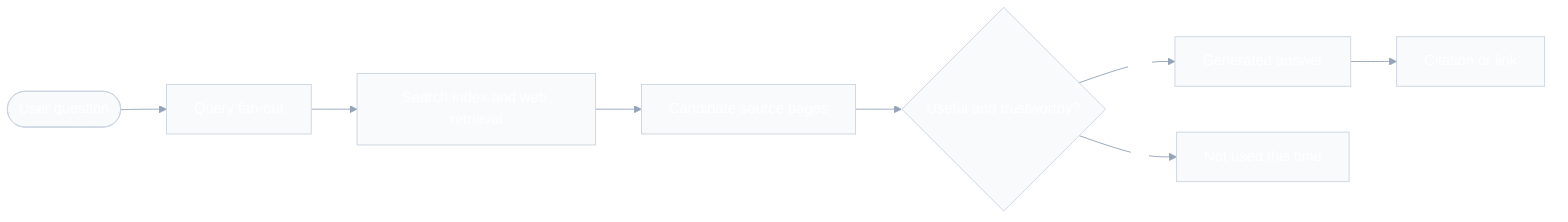
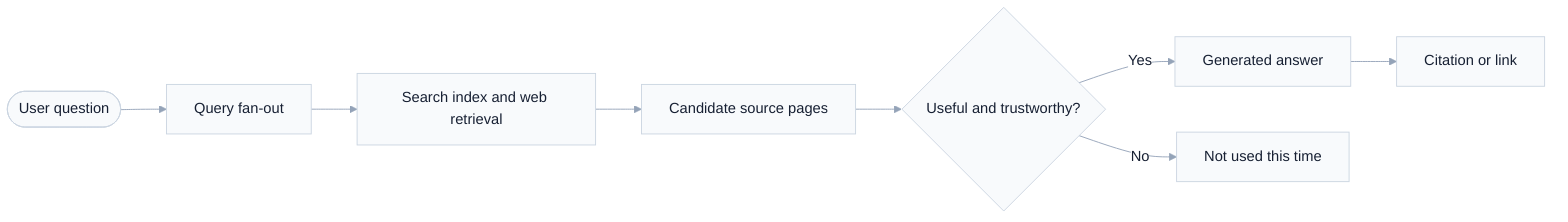
- %%{init: {'theme': 'base', 'themeVariables': {'primaryColor': '#3147a8', 'primaryTextColor': '#ffffff', 'primaryBorderColor': '#243684', 'lineColor': '#94a3b8', 'secondaryColor': '#0e766f', 'tertiaryColor': '#b46a00', 'background': '#ffffff', 'mainBkg': '#f8fafc', 'nodeBorder': '#cbd5e1', 'clusterBkg': '#f1f5f9', 'clusterBorder': '#e2e8f0', 'titleColor': '#172033', 'edgeLabelBackground': '#ffffff', 'textColor': '#334155'}}}%%
+ %%{init: {'theme': 'base', 'themeVariables': {'primaryColor': '#3147a8', 'primaryTextColor': '#172033', 'primaryBorderColor': '#243684', 'lineColor': '#94a3b8', 'secondaryColor': '#0e766f', 'tertiaryColor': '#b46a00', 'background': '#ffffff', 'mainBkg': '#f8fafc', 'nodeBorder': '#cbd5e1', 'clusterBkg': '#f1f5f9', 'clusterBorder': '#e2e8f0', 'titleColor': '#172033', 'edgeLabelBackground': '#ffffff', 'textColor': '#334155'}}}%%
flowchart LR
    userQuestion([User question])
    fanOut[Query fan-out]
    retrieval[Search index and web retrieval]
    candidateSources[Candidate source pages]
    evaluate{Useful and trustworthy?}
    synthesize[Generated answer]
    cite[Citation or link]
    unused[Not used this time]

    userQuestion --> fanOut
    fanOut --> retrieval
    retrieval --> candidateSources
    candidateSources --> evaluate
    evaluate -->|Yes| synthesize
    synthesize --> cite
    evaluate -->|No| unused
